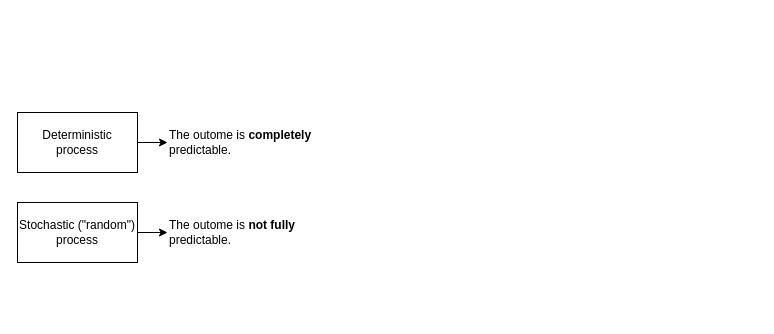
This is page "events" (1 of 9) of src/resources/probability.drawio from harleylara/robotics, a draw.io file, before an edit. Source tidied: cells renumbered, new cells numbered last; positions are measured from the earlier drawing's top-left corner, leaving out a move shared by most shapes. Both pictures are drawn from the tidied source at 100%, with x=0, y=0 at pixel (17, 112).
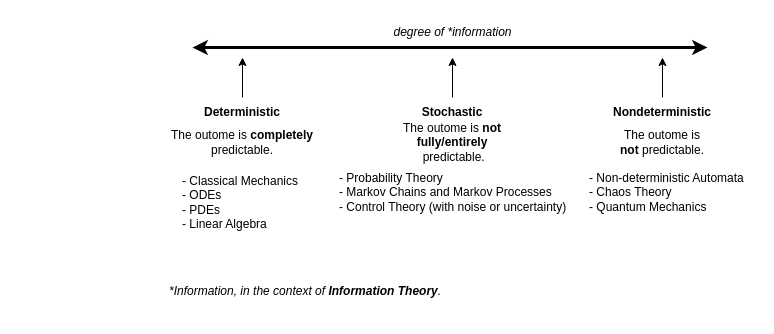
After the change.

The edit, as a diff of the source:
```diff
@@
-    <mxCell id="2" value="The outome is &lt;b&gt;completely &lt;/b&gt;predictable." style="text;html=1;strokeColor=none;fillColor=none;align=left;verticalAlign=middle;whiteSpace=wrap;rounded=0;" parent="1" vertex="1">
+    <mxCell id="2" value="The outome is &lt;b&gt;completely &lt;/b&gt;predictable." style="text;html=1;strokeColor=none;fillColor=none;align=center;verticalAlign=middle;whiteSpace=wrap;rounded=0;" parent="1" vertex="1">
       <mxGeometry x="150" y="15" width="150" height="30" as="geometry" />
     </mxCell>
-    <mxCell id="3" style="rounded=0;jettySize=auto;html=1;exitX=1;exitY=0.5;exitDx=0;exitDy=0;entryX=0;entryY=0.5;entryDx=0;entryDy=0;" parent="1" edge="1" source="4" target="2">
-      <mxGeometry relative="1" as="geometry" />
-    </mxCell>
-    <mxCell id="4" value="Deterministic&lt;br&gt;process" style="rounded=0;whiteSpace=wrap;html=1;" parent="1" vertex="1">
-      <mxGeometry width="120" height="60" as="geometry" />
-    </mxCell>
-    <mxCell id="5" style="edgeStyle=orthogonalEdgeStyle;rounded=0;jettySize=auto;html=1;exitX=1;exitY=0.5;exitDx=0;exitDy=0;entryX=0;entryY=0.5;entryDx=0;entryDy=0;" parent="1" edge="1" source="6" target="7">
-      <mxGeometry relative="1" as="geometry" />
-    </mxCell>
-    <mxCell id="6" value="Stochastic (&quot;random&quot;) process" style="rounded=0;whiteSpace=wrap;html=1;" parent="1" vertex="1">
-      <mxGeometry y="90" width="120" height="60" as="geometry" />
-    </mxCell>
-    <mxCell id="7" value="The outome is &lt;b&gt;not fully&lt;/b&gt; predictable." style="text;html=1;strokeColor=none;fillColor=none;align=left;verticalAlign=middle;whiteSpace=wrap;rounded=0;" parent="1" vertex="1">
-      <mxGeometry x="150" y="105" width="150" height="30" as="geometry" />
-    </mxCell>
+    <mxCell id="8" style="endArrow=classic;startArrow=classic;html=1;rounded=0;strokeWidth=3;" parent="1" edge="1">
+      <mxGeometry relative="1" as="geometry">
+        <mxPoint x="175" y="-65" as="sourcePoint" />
+        <mxPoint x="690" y="-65" as="targetPoint" />
+      </mxGeometry>
+    </mxCell>
+    <mxCell id="9" value="degree of *information" style="text;html=1;strokeColor=none;fillColor=none;align=center;verticalAlign=middle;whiteSpace=wrap;rounded=0;fontStyle=2;" parent="1" vertex="1">
+      <mxGeometry x="362.5" y="-95" width="145" height="30" as="geometry" />
+    </mxCell>
+    <mxCell id="10" style="endArrow=classic;html=1;rounded=0;" parent="1" edge="1">
+      <mxGeometry relative="1" as="geometry">
+        <mxPoint x="225" y="-15" as="sourcePoint" />
+        <mxPoint x="225" y="-55" as="targetPoint" />
+      </mxGeometry>
+    </mxCell>
+    <mxCell id="11" value="Deterministic" style="text;html=1;strokeColor=none;fillColor=none;align=center;verticalAlign=middle;whiteSpace=wrap;rounded=0;fontStyle=1;" parent="1" vertex="1">
+      <mxGeometry x="195" y="-15" width="60" height="30" as="geometry" />
+    </mxCell>
+    <mxCell id="12" style="endArrow=classic;html=1;rounded=0;" parent="1" edge="1">
+      <mxGeometry relative="1" as="geometry">
+        <mxPoint x="435" y="-15" as="sourcePoint" />
+        <mxPoint x="435" y="-55" as="targetPoint" />
+      </mxGeometry>
+    </mxCell>
+    <mxCell id="13" value="Stochastic" style="text;html=1;strokeColor=none;fillColor=none;align=center;verticalAlign=middle;whiteSpace=wrap;rounded=0;fontStyle=1;" parent="1" vertex="1">
+      <mxGeometry x="405" y="-15" width="60" height="30" as="geometry" />
+    </mxCell>
+    <mxCell id="14" value="The outome is &lt;b&gt;not fully/entirely&lt;/b&gt;&lt;br&gt;&amp;nbsp;predictable." style="text;html=1;strokeColor=none;fillColor=none;align=center;verticalAlign=middle;whiteSpace=wrap;rounded=0;" parent="1" vertex="1">
+      <mxGeometry x="360" y="15" width="150" height="30" as="geometry" />
+    </mxCell>
+    <mxCell id="15" style="endArrow=classic;html=1;rounded=0;" parent="1" edge="1">
+      <mxGeometry relative="1" as="geometry">
+        <mxPoint x="645" y="-15" as="sourcePoint" />
+        <mxPoint x="645" y="-55" as="targetPoint" />
+      </mxGeometry>
+    </mxCell>
+    <mxCell id="16" value="Nondeterministic" style="text;html=1;strokeColor=none;fillColor=none;align=center;verticalAlign=middle;whiteSpace=wrap;rounded=0;fontStyle=1;" parent="1" vertex="1">
+      <mxGeometry x="615" y="-15" width="60" height="30" as="geometry" />
+    </mxCell>
+    <mxCell id="17" value="The outome is &lt;b&gt;not&amp;nbsp;&lt;/b&gt;predictable." style="text;html=1;strokeColor=none;fillColor=none;align=center;verticalAlign=middle;whiteSpace=wrap;rounded=0;" parent="1" vertex="1">
+      <mxGeometry x="570" y="15" width="150" height="30" as="geometry" />
+    </mxCell>
+    <mxCell id="18" value="- Classical Mechanics&lt;br&gt;- ODEs&lt;br&gt;- PDEs&lt;br&gt;- Linear Algebra" style="text;html=1;strokeColor=none;fillColor=none;align=left;verticalAlign=middle;whiteSpace=wrap;rounded=0;" parent="1" vertex="1">
+      <mxGeometry x="162.5" y="55" width="125" height="70" as="geometry" />
+    </mxCell>
+    <mxCell id="19" value="&lt;div&gt;&lt;span style=&quot;background-color: initial;&quot;&gt;- Probability Theory&lt;/span&gt;&lt;br&gt;&lt;/div&gt;&lt;div&gt;- Markov Chains and Markov Processes&lt;/div&gt;&lt;div&gt;- Control Theory (with noise or uncertainty)&lt;/div&gt;" style="text;html=1;strokeColor=none;fillColor=none;align=left;verticalAlign=middle;whiteSpace=wrap;rounded=0;" parent="1" vertex="1">
+      <mxGeometry x="320" y="55" width="240" height="50" as="geometry" />
+    </mxCell>
+    <mxCell id="20" value="-&amp;nbsp;Non-deterministic Automata&lt;br&gt;- Chaos Theory&lt;br&gt;- Quantum Mechanics&amp;nbsp;" style="text;html=1;strokeColor=none;fillColor=none;align=left;verticalAlign=middle;whiteSpace=wrap;rounded=0;" parent="1" vertex="1">
+      <mxGeometry x="570" y="55" width="170" height="50" as="geometry" />
+    </mxCell>
+    <mxCell id="21" value="*Information, in the context of &lt;strong&gt;Information Theory&lt;/strong&gt;." style="text;whiteSpace=wrap;html=1;fontStyle=2;" parent="1" vertex="1">
+      <mxGeometry x="150" y="165" width="300" height="40" as="geometry" />
+    </mxCell>
```
